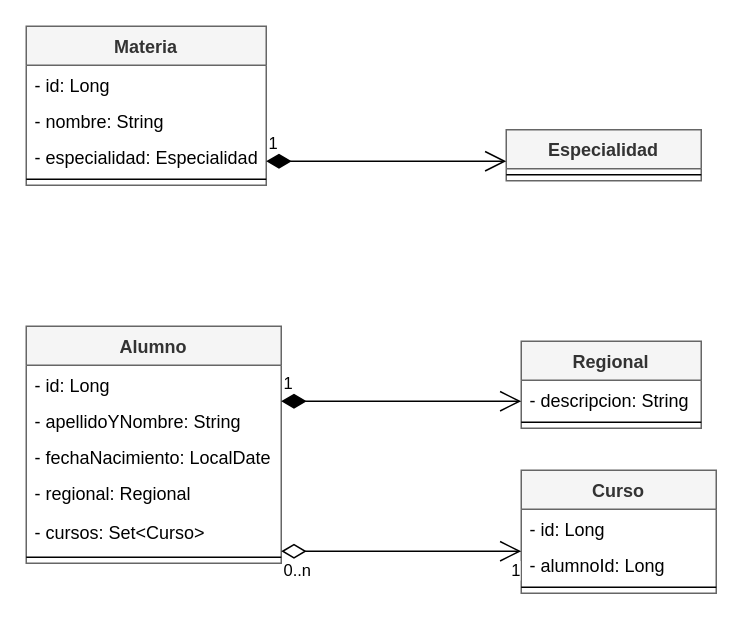
Before: doc/diagramas/dominio.drawio in fedehipper/spring-data-jdbc, a draw.io diagram. Source tidied: cells renumbered, new cells numbered last; positions are measured from the earlier drawing's top-left corner, leaving out a move shared by most shapes. Both pictures are drawn from the tidied source at 150%, with x=0, y=0 at pixel (26, 26).
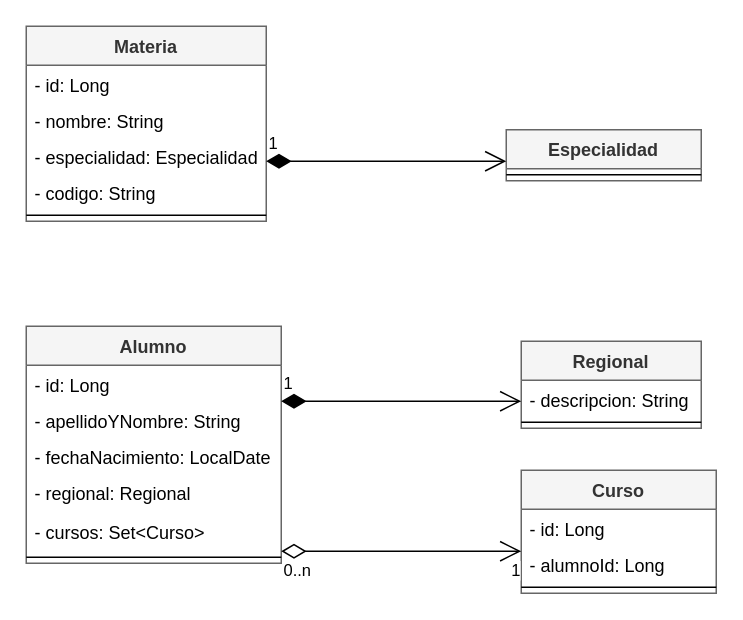
The same page after the edit.

Commit message (it also covers changes not shown here):
Agrego busqueda por codigo de materia

What changed in the source:
```diff
@@
     <mxCell id="2" value="Materia" style="swimlane;fontStyle=1;align=center;verticalAlign=top;horizontal=1;startSize=26;fillColor=#f5f5f5;strokeColor=#666666;fontColor=#333333;" parent="1" vertex="1">
-      <mxGeometry width="160" height="106" as="geometry" />
+      <mxGeometry width="160" height="130" as="geometry" />
     </mxCell>
@@
+    <mxCell id="28" value="- codigo: String" style="text;strokeColor=none;fillColor=none;align=left;verticalAlign=top;spacingLeft=4;spacingRight=4;overflow=hidden;" parent="2" vertex="1">
+      <mxGeometry y="98" width="160" height="24" as="geometry" />
+    </mxCell>
     <mxCell id="6" style="line;strokeWidth=1;fillColor=none;align=left;verticalAlign=middle;spacingTop=-1;spacingLeft=3;spacingRight=3;labelPosition=right;" parent="2" vertex="1">
-      <mxGeometry y="98" width="160" height="8" as="geometry" />
+      <mxGeometry y="122" width="160" height="8" as="geometry" />
     </mxCell>
```
